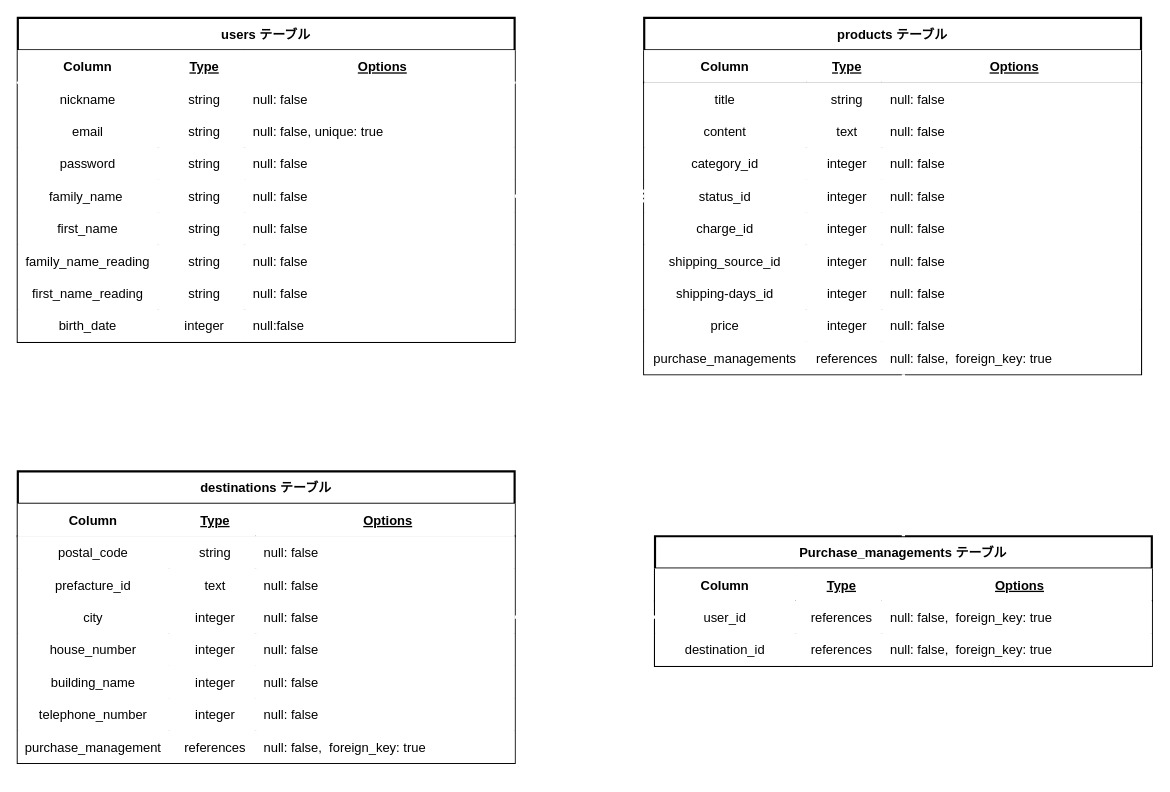
The draw.io diagram furima-38177.dio in NaoyukiG/furima-38177, before the edit. Source tidied: cells renumbered, new cells numbered last; positions are measured from the earlier drawing's top-left corner, leaving out a move shared by most shapes. Both pictures are drawn from the tidied source at 108%, with x=0, y=0 at pixel (17, 17).
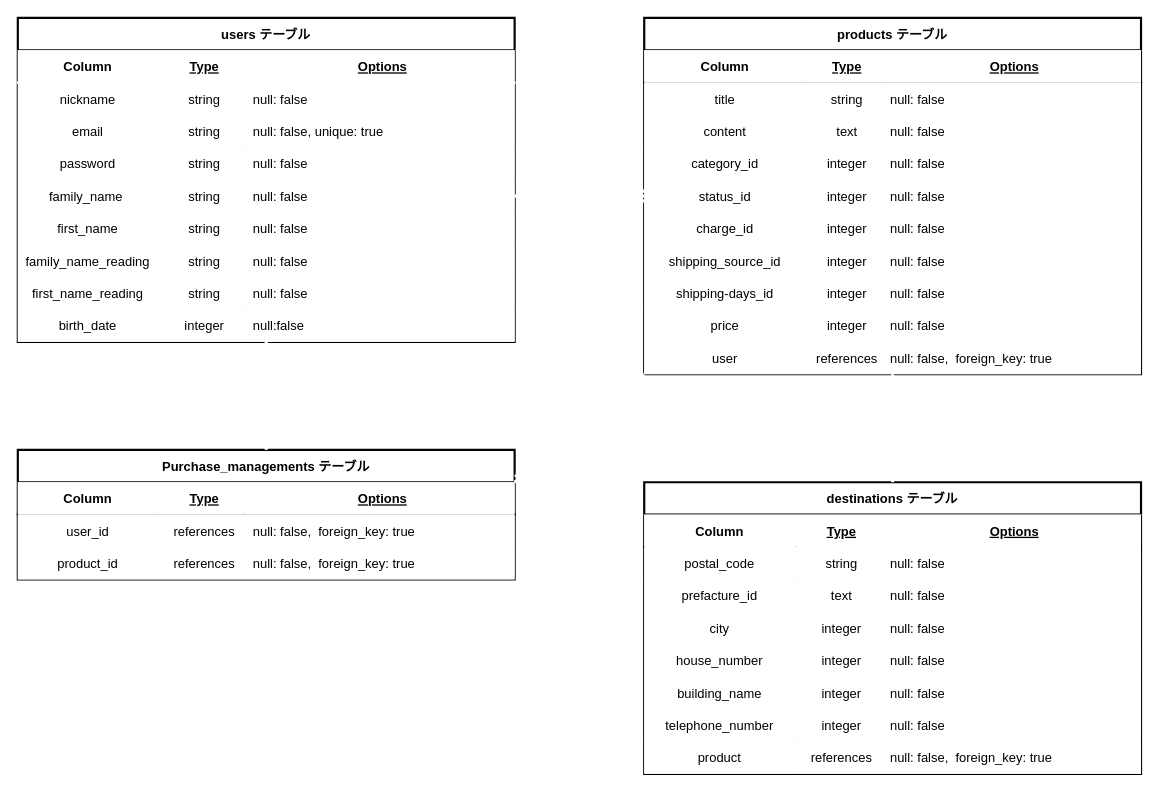
The same diagram, later.

Commit message (it also covers changes not shown here):
全体のリファレンス・ER図の修正

The change refers to these unchanged cells:
```xml
<mxCell id="2" value="users テーブル" style="shape=table;startSize=30;childLayout=tableLayout;rowLines=0;fontStyle=1;align=center;strokeWidth=2;" parent="1" vertex="1">
  <mxGeometry width="460" height="300" as="geometry" />
</mxCell>
<mxCell id="39" value="products テーブル" style="shape=table;startSize=30;childLayout=tableLayout;rowLines=0;fontStyle=1;align=center;strokeWidth=2;" parent="1" vertex="1">
  <mxGeometry x="580" width="460" height="330" as="geometry" />
</mxCell>
<mxCell id="76" style="shape=partialRectangle;top=0;left=0;bottom=0;right=0;strokeWidth=2;" parent="39" vertex="1">
  <mxGeometry y="300" width="460" height="30" as="geometry" />
</mxCell>
<mxCell id="109" style="shape=partialRectangle;top=0;left=0;bottom=0;right=0;strokeWidth=2;" parent="80" vertex="1">
  <mxGeometry y="240" width="460" height="30" as="geometry" />
</mxCell>
<mxCell id="119" style="shape=partialRectangle;top=0;left=0;bottom=0;right=0;points=[[0,0.5],[1,0.5]];portConstraint=eastwest;strokeWidth=2;" parent="114" vertex="1">
  <mxGeometry y="60" width="460" height="30" as="geometry" />
</mxCell>
<mxCell id="123" style="shape=partialRectangle;top=0;left=0;bottom=0;right=0;strokeWidth=2;" parent="114" vertex="1">
  <mxGeometry y="90" width="460" height="30" as="geometry" />
</mxCell>
```

The edit, as a diff of the source:
```diff
@@
-    <mxCell id="77" value="purchase_managements" style="shape=partialRectangle;top=0;left=0;bottom=0;right=0;overflow=hidden;strokeWidth=2;" parent="76" vertex="1">
+    <mxCell id="77" value="user" style="shape=partialRectangle;top=0;left=0;bottom=0;right=0;overflow=hidden;strokeWidth=2;" parent="76" vertex="1">
       <mxGeometry width="150" height="30" as="geometry" />
     </mxCell>
@@
     <mxCell id="80" value="destinations テーブル" style="shape=table;startSize=30;childLayout=tableLayout;rowLines=0;fontStyle=1;align=center;strokeWidth=2;" parent="1" vertex="1">
-      <mxGeometry y="420" width="460" height="270" as="geometry" />
+      <mxGeometry x="580" y="430" width="460" height="270" as="geometry" />
     </mxCell>
@@
-    <mxCell id="110" value="purchase_management" style="shape=partialRectangle;top=0;left=0;bottom=0;right=0;overflow=hidden;strokeWidth=2;" parent="109" vertex="1">
+    <mxCell id="110" value="product" style="shape=partialRectangle;top=0;left=0;bottom=0;right=0;overflow=hidden;strokeWidth=2;" parent="109" vertex="1">
       <mxGeometry width="140" height="30" as="geometry" />
     </mxCell>
@@
     <mxCell id="114" value="Purchase_managements テーブル" style="shape=table;startSize=30;childLayout=tableLayout;rowLines=0;fontStyle=1;align=center;strokeWidth=2;" parent="1" vertex="1">
-      <mxGeometry x="590" y="480" width="460" height="120" as="geometry" />
+      <mxGeometry y="400" width="460" height="120" as="geometry" />
     </mxCell>
@@
-    <mxCell id="124" value="destination_id" style="shape=partialRectangle;top=0;left=0;bottom=0;right=0;overflow=hidden;strokeWidth=2;" parent="123" vertex="1">
+    <mxCell id="124" value="product_id" style="shape=partialRectangle;top=0;left=0;bottom=0;right=0;overflow=hidden;strokeWidth=2;" parent="123" vertex="1">
       <mxGeometry width="130" height="30" as="geometry" />
     </mxCell>
@@
-    <mxCell id="127" style="edgeStyle=entityRelationEdgeStyle;fontSize=12;html=1;endArrow=ERone;endFill=1;strokeWidth=3;entryX=0;entryY=0.5;entryDx=0;entryDy=0;exitX=1;exitY=0.5;exitDx=0;exitDy=0;startArrow=ERone;startFill=0;strokeColor=#FFFFFF;" parent="1" edge="1" source="80" target="119">
+    <mxCell id="127" style="fontSize=12;html=1;endArrow=ERone;endFill=1;strokeWidth=3;entryX=0.5;entryY=1;entryDx=0;entryDy=0;exitX=0.5;exitY=0;exitDx=0;exitDy=0;startArrow=ERone;startFill=0;strokeColor=#FFFFFF;" parent="1" edge="1" source="80" target="39">
       <mxGeometry relative="1" as="geometry" />
     </mxCell>
-    <mxCell id="128" style="fontSize=12;html=1;endArrow=ERone;endFill=1;strokeWidth=3;startArrow=ERone;startFill=0;strokeColor=#FFFFFF;" parent="1" edge="1">
-      <mxGeometry relative="1" as="geometry">
-        <mxPoint x="820" y="330" as="sourcePoint" />
-        <mxPoint x="820" y="480" as="targetPoint" />
-      </mxGeometry>
+    <mxCell id="128" style="fontSize=12;html=1;endArrow=ERone;endFill=1;strokeWidth=3;startArrow=ERone;startFill=0;strokeColor=#FFFFFF;entryX=0.5;entryY=0;entryDx=0;entryDy=0;exitX=0.5;exitY=1;exitDx=0;exitDy=0;" parent="1" edge="1" source="2" target="114">
+      <mxGeometry relative="1" as="geometry" />
     </mxCell>
+    <mxCell id="129" style="fontSize=12;html=1;endArrow=ERone;endFill=1;strokeWidth=3;startArrow=ERone;startFill=0;strokeColor=#FFFFFF;entryX=1;entryY=0.25;entryDx=0;entryDy=0;exitX=0;exitY=1;exitDx=0;exitDy=0;" parent="1" edge="1" source="39" target="114">
+      <mxGeometry relative="1" as="geometry" />
+    </mxCell>
```
